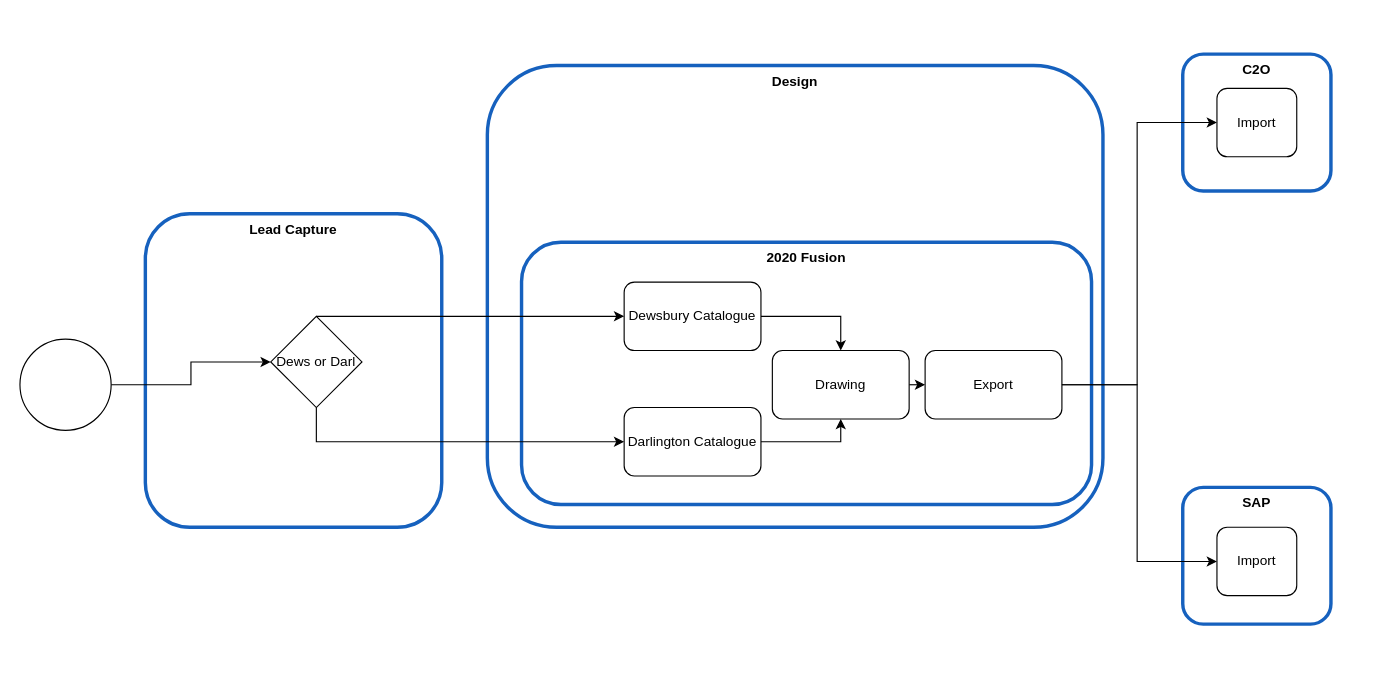
mrf742002/Diagrams keeps this draw.io diagram as page "Lead Capture - Multi Catalogue" (3 of 7) of Mendel.drawio. Above is the earlier version. Source tidied: cells renumbered, new cells numbered last; positions are measured from the earlier drawing's top-left corner, leaving out a move shared by most shapes. Both pictures are drawn from the tidied source at 114%, with x=0, y=0 at pixel (19, 54).
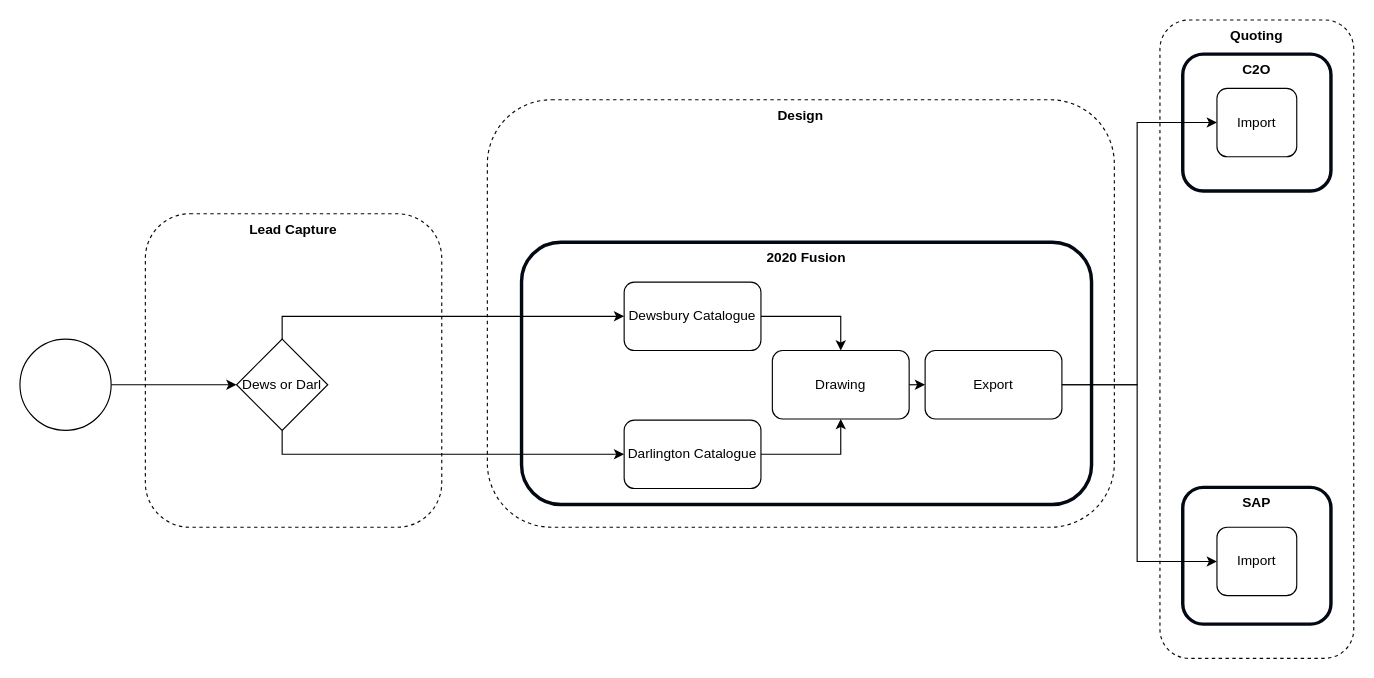
The same page after the edit.

Unchanged cells that the change refers to:
```xml
<mxCell id="6" value="Dewsbury Catalogue" style="rounded=1;whiteSpace=wrap;html=1;" parent="1" vertex="1">
  <mxGeometry x="530" y="200" width="120" height="60" as="geometry" />
</mxCell>
```

The edit, as a diff of the source:
```diff
@@
+    <mxCell id="23" value="&lt;b&gt;Quoting&lt;/b&gt;" style="rounded=1;whiteSpace=wrap;html=1;verticalAlign=top;strokeWidth=1;strokeColor=#020912;dashed=1;" parent="1" vertex="1">
+      <mxGeometry x="1000" y="-30" width="170" height="560" as="geometry" />
+    </mxCell>
-    <mxCell id="2" value="&lt;b&gt;Lead Capture&lt;/b&gt;" style="rounded=1;whiteSpace=wrap;html=1;verticalAlign=top;strokeWidth=3;strokeColor=#1661BE;" parent="1" vertex="1">
+    <mxCell id="2" value="&lt;b&gt;Lead Capture&lt;/b&gt;" style="rounded=1;whiteSpace=wrap;html=1;verticalAlign=top;strokeWidth=1;strokeColor=#020912;dashed=1;" parent="1" vertex="1">
       <mxGeometry x="110" y="140" width="260" height="275" as="geometry" />
     </mxCell>
-    <mxCell id="3" value="&lt;b&gt;Design&lt;/b&gt;" style="rounded=1;whiteSpace=wrap;html=1;verticalAlign=top;strokeWidth=3;strokeColor=#1661BE;" parent="1" vertex="1">
-      <mxGeometry x="410" y="10" width="540" height="405" as="geometry" />
+    <mxCell id="3" value="&lt;b&gt;Design&lt;/b&gt;" style="rounded=1;whiteSpace=wrap;html=1;verticalAlign=top;strokeWidth=1;strokeColor=#020912;dashed=1;" parent="1" vertex="1">
+      <mxGeometry x="410" y="40" width="550" height="375" as="geometry" />
     </mxCell>
-    <mxCell id="4" value="&lt;b&gt;2020 Fusion&lt;/b&gt;" style="rounded=1;whiteSpace=wrap;html=1;verticalAlign=top;strokeWidth=3;strokeColor=#1661BE;" parent="1" vertex="1">
+    <mxCell id="4" value="&lt;b&gt;2020 Fusion&lt;/b&gt;" style="rounded=1;whiteSpace=wrap;html=1;verticalAlign=top;strokeWidth=3;strokeColor=#020912;" parent="1" vertex="1">
       <mxGeometry x="440" y="165" width="500" height="230" as="geometry" />
     </mxCell>
@@
     <mxCell id="8" value="Darlington Catalogue" style="rounded=1;whiteSpace=wrap;html=1;" parent="1" vertex="1">
-      <mxGeometry x="530" y="310" width="120" height="60" as="geometry" />
+      <mxGeometry x="530" y="321" width="120" height="60" as="geometry" />
     </mxCell>
@@
-    <mxCell id="12" value="&lt;b&gt;C2O&lt;/b&gt;" style="rounded=1;whiteSpace=wrap;html=1;verticalAlign=top;strokeWidth=3;strokeColor=#1661BE;" parent="1" vertex="1">
+    <mxCell id="12" value="&lt;b&gt;C2O&lt;/b&gt;" style="rounded=1;whiteSpace=wrap;html=1;verticalAlign=top;strokeWidth=3;strokeColor=#020912;" parent="1" vertex="1">
       <mxGeometry x="1020" width="130" height="120" as="geometry" />
     </mxCell>
-    <mxCell id="13" value="&lt;b&gt;SAP&lt;/b&gt;" style="rounded=1;whiteSpace=wrap;html=1;verticalAlign=top;strokeWidth=3;strokeColor=#1661BE;" parent="1" vertex="1">
+    <mxCell id="13" value="&lt;b&gt;SAP&lt;/b&gt;" style="rounded=1;whiteSpace=wrap;html=1;verticalAlign=top;strokeWidth=3;strokeColor=#020912;" parent="1" vertex="1">
       <mxGeometry x="1020" y="380" width="130" height="120" as="geometry" />
     </mxCell>
@@
+    <mxCell id="19" style="edgeStyle=orthogonalEdgeStyle;rounded=0;jettySize=auto;html=1;exitX=0.5;exitY=1;exitDx=0;exitDy=0;entryX=0;entryY=0.5;entryDx=0;entryDy=0;" parent="1" edge="1" source="20" target="8">
+      <mxGeometry relative="1" as="geometry" />
+    </mxCell>
     <mxCell id="18" style="edgeStyle=orthogonalEdgeStyle;rounded=0;jettySize=auto;html=1;exitX=0.5;exitY=0;exitDx=0;exitDy=0;entryX=0;entryY=0.5;entryDx=0;entryDy=0;" parent="1" edge="1" source="20" target="6">
-      <mxGeometry relative="1" as="geometry">
-        <Array as="points">
-          <mxPoint x="490" y="230" />
-        </Array>
-      </mxGeometry>
+      <mxGeometry relative="1" as="geometry" />
     </mxCell>
-    <mxCell id="19" style="edgeStyle=orthogonalEdgeStyle;rounded=0;jettySize=auto;html=1;exitX=0.5;exitY=1;exitDx=0;exitDy=0;entryX=0;entryY=0.5;entryDx=0;entryDy=0;" parent="1" edge="1" source="20" target="8">
-      <mxGeometry relative="1" as="geometry" />
-    </mxCell>
     <mxCell id="20" value="Dews or Darl" style="rhombus;whiteSpace=wrap;html=1;" parent="1" vertex="1">
-      <mxGeometry x="220" y="230" width="80" height="80" as="geometry" />
+      <mxGeometry x="190" y="250" width="80" height="80" as="geometry" />
     </mxCell>
```
